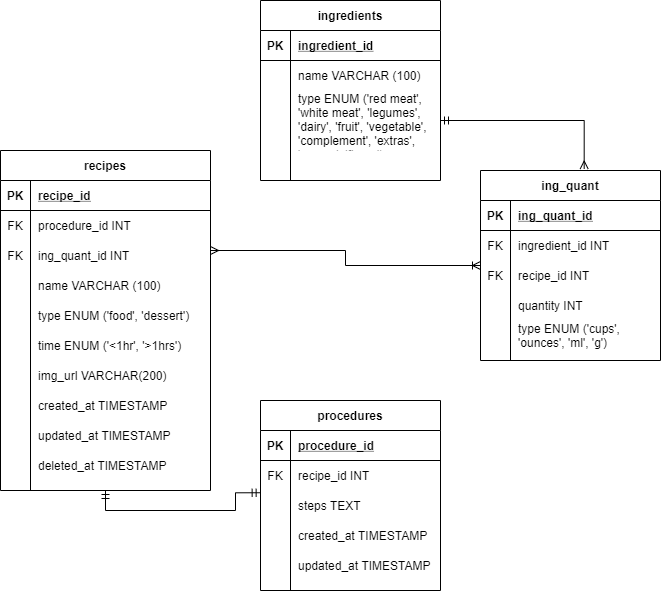
Before: cookie diagram.png, a diagram exported from draw.io (Integradora-bis/Diagram). Source tidied: cells renumbered, new cells last; positions are measured from the earlier drawing's top-left corner, leaving out a move shared by most shapes.
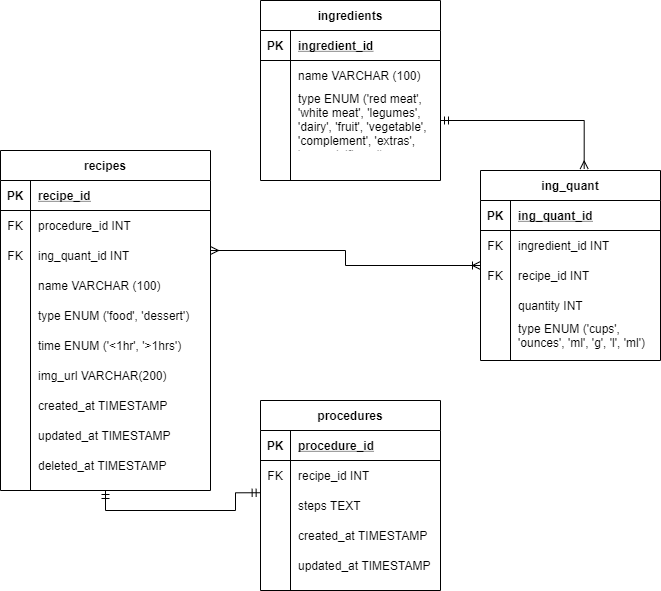
The same file after the commit.

The edit, as a diff of the source:
```diff
@@ -52,7 +52,7 @@
     <mxCell id="17" style="shape=partialRectangle;fillColor=none;top=0;left=0;bottom=0;right=0;overflow=hidden;" parent="16" vertex="1">
       <mxGeometry width="30" height="30" as="geometry" />
     </mxCell>
-    <mxCell id="18" value="type ENUM ('cups', &#10;'ounces', 'ml', 'g')" style="shape=partialRectangle;fillColor=none;top=0;left=0;bottom=0;right=0;align=left;spacingLeft=6;overflow=hidden;" parent="16" vertex="1">
+    <mxCell id="18" value="type ENUM ('cups', &#10;'ounces', 'ml', 'g', 'l', 'ml')" style="shape=partialRectangle;fillColor=none;top=0;left=0;bottom=0;right=0;align=left;spacingLeft=6;overflow=hidden;" parent="16" vertex="1">
       <mxGeometry x="30" width="150" height="30" as="geometry" />
     </mxCell>
     <mxCell id="19" style="edgeStyle=orthogonalEdgeStyle;rounded=0;jettySize=auto;html=1;exitX=0.5;exitY=1;exitDx=0;exitDy=0;entryX=-0.002;entryY=0.075;entryDx=0;entryDy=0;entryPerimeter=0;startArrow=ERmandOne;startFill=0;endArrow=ERmandOne;endFill=0;" parent="1" edge="1" source="20" target="69">
```
